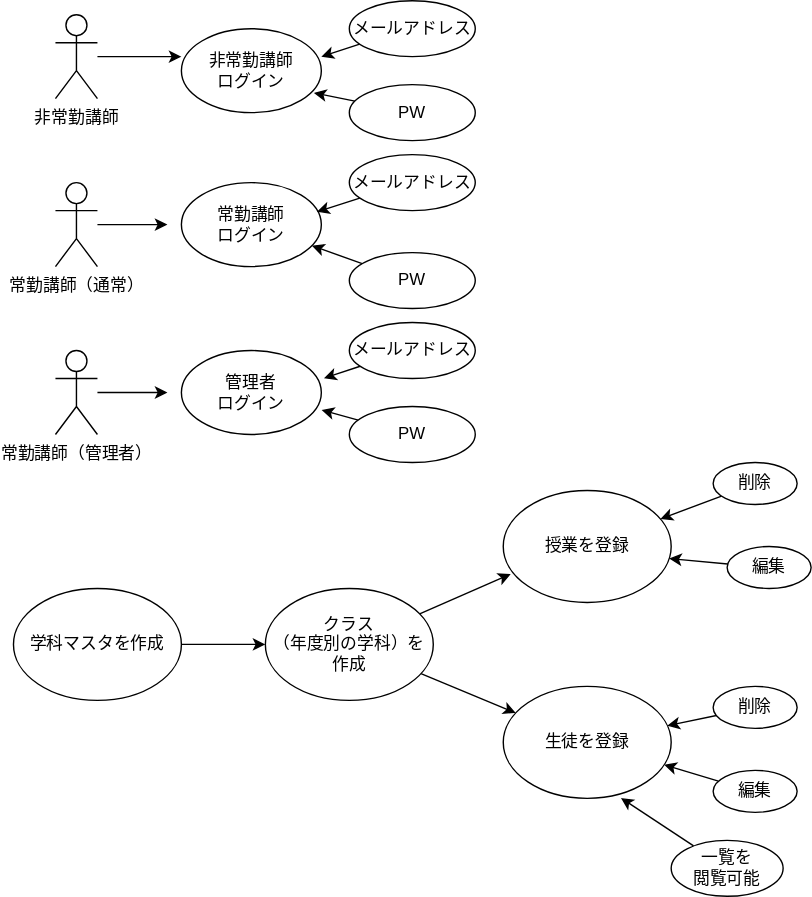
Earlier version of the draw.io export teamG2.drawio.svg (Skypeace8585/uml-introduction). Source tidied: cells renumbered, new cells last; positions are measured from the earlier drawing's top-left corner, leaving out a move shared by most shapes.
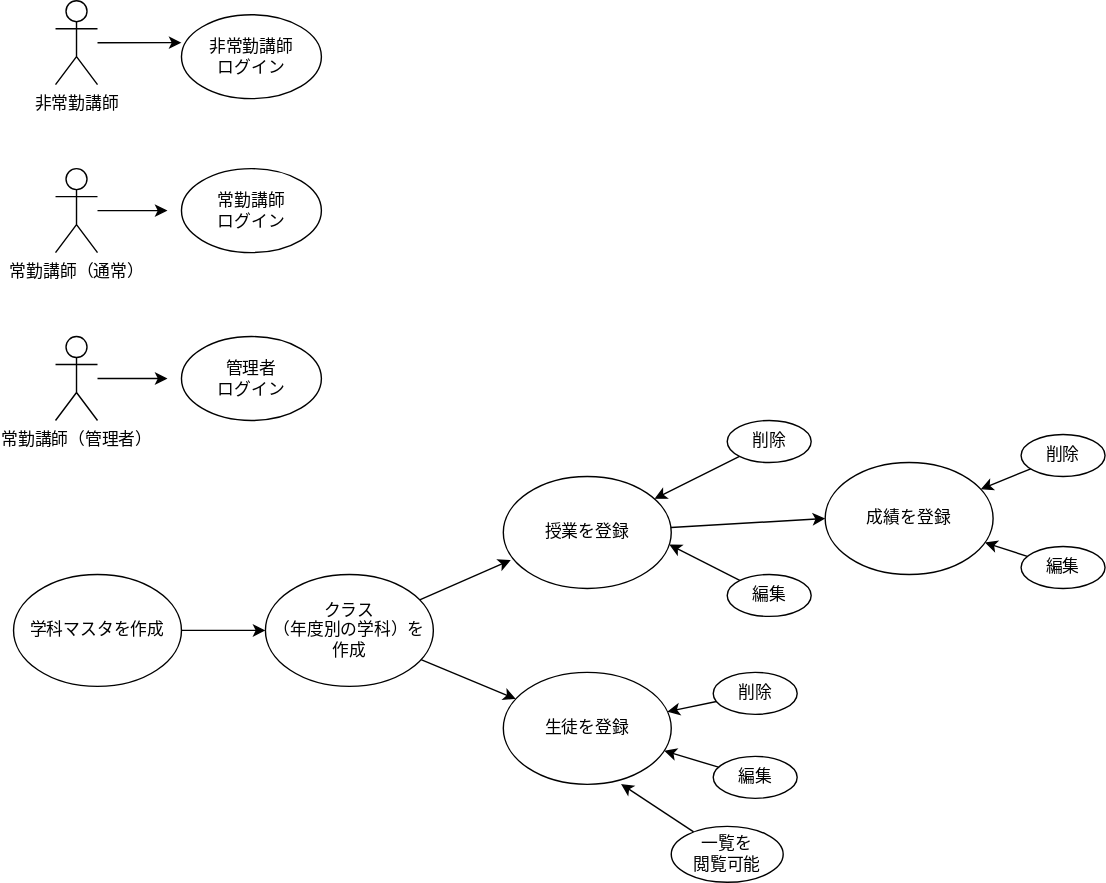
After the commit.

The edit, as a diff of the source:
```diff
@@ -20,6 +20,9 @@
     <mxCell id="7" value="生徒を登録" style="ellipse;whiteSpace=wrap;html=1;" parent="1" vertex="1">
       <mxGeometry x="350" y="490" width="120" height="80" as="geometry" />
     </mxCell>
+    <mxCell id="40" style="edgeStyle=none;html=1;entryX=0;entryY=0.5;entryDx=0;entryDy=0;" parent="1" edge="1" source="8" target="41">
+      <mxGeometry relative="1" as="geometry" />
+    </mxCell>
     <mxCell id="8" value="授業を登録" style="ellipse;whiteSpace=wrap;html=1;" parent="1" vertex="1">
       <mxGeometry x="350" y="350" width="120" height="80" as="geometry" />
     </mxCell>
@@ -45,13 +48,13 @@
       <mxGeometry relative="1" as="geometry" />
     </mxCell>
     <mxCell id="16" value="削除" style="ellipse;whiteSpace=wrap;html=1;" parent="1" vertex="1">
-      <mxGeometry x="500" y="330" width="60" height="30" as="geometry" />
+      <mxGeometry x="510" y="310" width="60" height="30" as="geometry" />
     </mxCell>
     <mxCell id="17" style="edgeStyle=none;html=1;entryX=0.988;entryY=0.608;entryDx=0;entryDy=0;entryPerimeter=0;" parent="1" edge="1" source="18" target="8">
       <mxGeometry relative="1" as="geometry" />
     </mxCell>
     <mxCell id="18" value="編集" style="ellipse;whiteSpace=wrap;html=1;" parent="1" vertex="1">
-      <mxGeometry x="510" y="390" width="60" height="30" as="geometry" />
+      <mxGeometry x="510" y="420" width="60" height="30" as="geometry" />
     </mxCell>
     <mxCell id="19" style="edgeStyle=none;html=1;" parent="1" edge="1" source="20">
       <mxGeometry relative="1" as="geometry">
@@ -84,41 +87,20 @@
     <mxCell id="27" value="管理者&lt;br&gt;ログイン" style="ellipse;whiteSpace=wrap;html=1;" parent="1" vertex="1">
       <mxGeometry x="120" y="250" width="100" height="60" as="geometry" />
     </mxCell>
-    <mxCell id="28" style="edgeStyle=none;html=1;entryX=1;entryY=0.333;entryDx=0;entryDy=0;entryPerimeter=0;" parent="1" edge="1" source="29" target="25">
-      <mxGeometry relative="1" as="geometry" />
-    </mxCell>
-    <mxCell id="29" value="メールアドレス" style="ellipse;whiteSpace=wrap;html=1;" parent="1" vertex="1">
-      <mxGeometry x="240" width="90" height="40" as="geometry" />
-    </mxCell>
-    <mxCell id="30" style="edgeStyle=none;html=1;entryX=0.947;entryY=0.765;entryDx=0;entryDy=0;entryPerimeter=0;" parent="1" edge="1" source="31" target="25">
-      <mxGeometry relative="1" as="geometry" />
-    </mxCell>
-    <mxCell id="31" value="PW" style="ellipse;whiteSpace=wrap;html=1;" parent="1" vertex="1">
-      <mxGeometry x="240" y="60" width="90" height="40" as="geometry" />
-    </mxCell>
-    <mxCell id="32" style="edgeStyle=none;html=1;" parent="1" edge="1" source="33" target="26">
-      <mxGeometry relative="1" as="geometry" />
-    </mxCell>
-    <mxCell id="33" value="PW" style="ellipse;whiteSpace=wrap;html=1;" parent="1" vertex="1">
-      <mxGeometry x="240" y="180" width="90" height="40" as="geometry" />
-    </mxCell>
-    <mxCell id="34" style="edgeStyle=none;html=1;entryX=0.969;entryY=0.348;entryDx=0;entryDy=0;entryPerimeter=0;" parent="1" edge="1" source="35" target="26">
-      <mxGeometry relative="1" as="geometry" />
-    </mxCell>
-    <mxCell id="35" value="メールアドレス" style="ellipse;whiteSpace=wrap;html=1;" parent="1" vertex="1">
-      <mxGeometry x="240" y="110" width="90" height="40" as="geometry" />
-    </mxCell>
-    <mxCell id="36" style="edgeStyle=none;html=1;entryX=1.002;entryY=0.709;entryDx=0;entryDy=0;entryPerimeter=0;" parent="1" edge="1" source="37" target="27">
-      <mxGeometry relative="1" as="geometry" />
-    </mxCell>
-    <mxCell id="37" value="PW" style="ellipse;whiteSpace=wrap;html=1;" parent="1" vertex="1">
-      <mxGeometry x="240" y="290" width="90" height="40" as="geometry" />
-    </mxCell>
-    <mxCell id="38" style="edgeStyle=none;html=1;entryX=1.019;entryY=0.33;entryDx=0;entryDy=0;entryPerimeter=0;" parent="1" edge="1" source="39" target="27">
-      <mxGeometry relative="1" as="geometry" />
-    </mxCell>
-    <mxCell id="39" value="メールアドレス" style="ellipse;whiteSpace=wrap;html=1;" parent="1" vertex="1">
-      <mxGeometry x="240" y="230" width="90" height="40" as="geometry" />
-    </mxCell>
+    <mxCell id="41" value="成績を登録" style="ellipse;whiteSpace=wrap;html=1;" parent="1" vertex="1">
+      <mxGeometry x="580" y="340" width="120" height="80" as="geometry" />
+    </mxCell>
+    <mxCell id="42" style="edgeStyle=none;html=1;" parent="1" edge="1" source="43" target="41">
+      <mxGeometry relative="1" as="geometry" />
+    </mxCell>
+    <mxCell id="43" value="削除" style="ellipse;whiteSpace=wrap;html=1;" parent="1" vertex="1">
+      <mxGeometry x="720" y="320" width="60" height="30" as="geometry" />
+    </mxCell>
+    <mxCell id="44" style="edgeStyle=none;html=1;" parent="1" edge="1" source="45" target="41">
+      <mxGeometry relative="1" as="geometry" />
+    </mxCell>
+    <mxCell id="45" value="編集" style="ellipse;whiteSpace=wrap;html=1;" parent="1" vertex="1">
+      <mxGeometry x="720" y="400" width="60" height="30" as="geometry" />
+    </mxCell>
   </root>
 </mxGraphModel>
```
